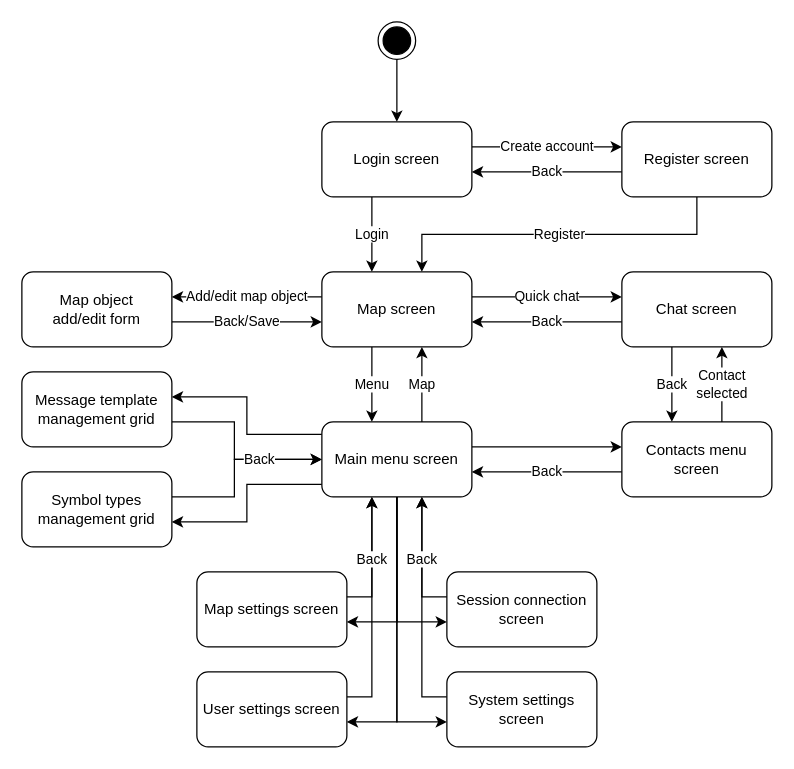
The draw.io diagram doc/design/screen_sequence.drawio in Revarin/dp24-milapp-perina, before the edit. Source tidied: cells renumbered, new cells numbered last; positions are measured from the earlier drawing's top-left corner, leaving out a move shared by most shapes. Both pictures are drawn from the tidied source at 125%, with x=0, y=0 at pixel (21, 21).
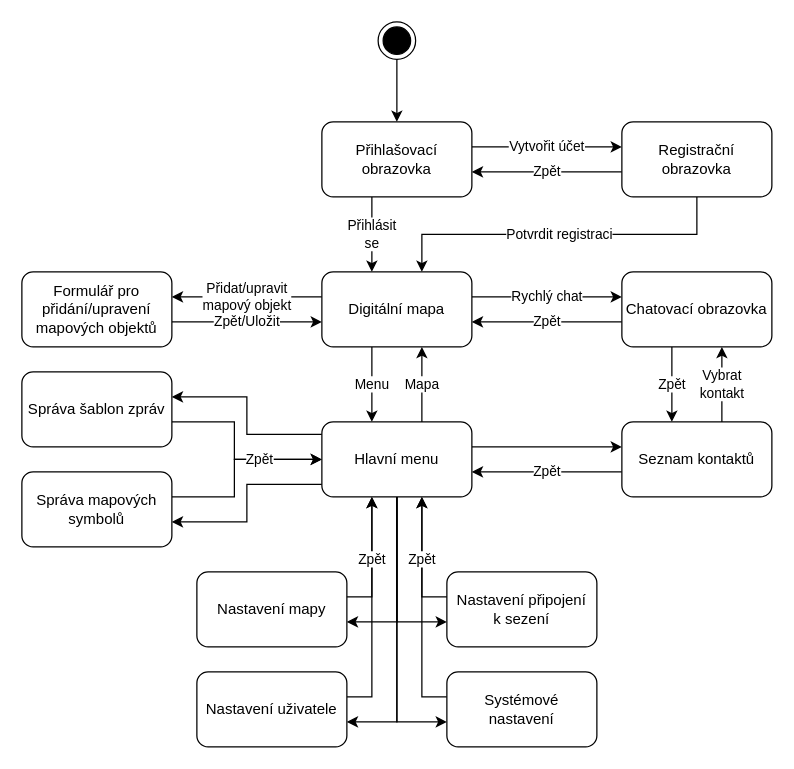
After the change.

Diff of the diagram source:
```diff
@@
-    <mxCell id="2" value="Create account" style="edgeStyle=orthogonalEdgeStyle;rounded=0;jettySize=auto;html=1;" parent="1" edge="1" source="4" target="7">
+    <mxCell id="2" value="Vytvořit účet" style="edgeStyle=orthogonalEdgeStyle;rounded=0;jettySize=auto;html=1;" parent="1" edge="1" source="4" target="7">
       <mxGeometry relative="1" as="geometry">
         <Array as="points">
           <mxPoint x="420" y="100" />
           <mxPoint x="420" y="100" />
         </Array>
       </mxGeometry>
     </mxCell>
-    <mxCell id="3" value="Login" style="edgeStyle=orthogonalEdgeStyle;rounded=0;jettySize=auto;html=1;" parent="1" edge="1" source="4" target="11">
+    <mxCell id="3" value="Přihlásit&lt;br&gt;se" style="edgeStyle=orthogonalEdgeStyle;rounded=0;jettySize=auto;html=1;" parent="1" edge="1" source="4" target="11">
       <mxGeometry relative="1" as="geometry">
         <Array as="points">
           <mxPoint x="280" y="160" />
           <mxPoint x="280" y="160" />
         </Array>
       </mxGeometry>
     </mxCell>
-    <mxCell id="4" value="Login screen" style="rounded=1;whiteSpace=wrap;html=1;" parent="1" vertex="1">
+    <mxCell id="4" value="Přihlašovací obrazovka" style="rounded=1;whiteSpace=wrap;html=1;" parent="1" vertex="1">
       <mxGeometry x="240" y="80" width="120" height="60" as="geometry" />
     </mxCell>
-    <mxCell id="5" value="Back" style="edgeStyle=orthogonalEdgeStyle;rounded=0;jettySize=auto;html=1;" parent="1" edge="1" source="7" target="4">
+    <mxCell id="5" value="Zpět" style="edgeStyle=orthogonalEdgeStyle;rounded=0;jettySize=auto;html=1;" parent="1" edge="1" source="7" target="4">
       <mxGeometry relative="1" as="geometry">
         <Array as="points">
           <mxPoint x="420" y="120" />
           <mxPoint x="420" y="120" />
         </Array>
       </mxGeometry>
     </mxCell>
-    <mxCell id="6" value="Register" style="edgeStyle=orthogonalEdgeStyle;rounded=0;jettySize=auto;html=1;" parent="1" edge="1" source="7" target="11">
+    <mxCell id="6" value="Potvrdit registraci" style="edgeStyle=orthogonalEdgeStyle;rounded=0;jettySize=auto;html=1;" parent="1" edge="1" source="7" target="11">
       <mxGeometry relative="1" as="geometry">
         <Array as="points">
           <mxPoint x="540" y="170" />
           <mxPoint x="320" y="170" />
         </Array>
       </mxGeometry>
     </mxCell>
-    <mxCell id="7" value="Register screen" style="rounded=1;whiteSpace=wrap;html=1;" parent="1" vertex="1">
+    <mxCell id="7" value="Registrační obrazovka" style="rounded=1;whiteSpace=wrap;html=1;" parent="1" vertex="1">
       <mxGeometry x="480" y="80" width="120" height="60" as="geometry" />
     </mxCell>
@@
-    <mxCell id="9" value="Quick chat" style="edgeStyle=orthogonalEdgeStyle;rounded=0;jettySize=auto;html=1;" parent="1" edge="1" source="11" target="28">
+    <mxCell id="9" value="Rychlý chat" style="edgeStyle=orthogonalEdgeStyle;rounded=0;jettySize=auto;html=1;" parent="1" edge="1" source="11" target="28">
       <mxGeometry relative="1" as="geometry">
         <Array as="points">
           <mxPoint x="420" y="220" />
           <mxPoint x="420" y="220" />
         </Array>
       </mxGeometry>
     </mxCell>
-    <mxCell id="10" value="Add/edit map object" style="edgeStyle=orthogonalEdgeStyle;rounded=0;jettySize=auto;html=1;" parent="1" edge="1" source="11" target="32">
+    <mxCell id="10" value="Přidat/upravit&lt;br&gt;mapový objekt" style="edgeStyle=orthogonalEdgeStyle;rounded=0;jettySize=auto;html=1;" parent="1" edge="1" source="11" target="32">
       <mxGeometry relative="1" as="geometry">
         <Array as="points">
-          <mxPoint x="180" y="220" />
-          <mxPoint x="180" y="220" />
+          <mxPoint x="190" y="220" />
+          <mxPoint x="190" y="220" />
         </Array>
       </mxGeometry>
     </mxCell>
-    <mxCell id="11" value="Map screen" style="rounded=1;whiteSpace=wrap;html=1;" parent="1" vertex="1">
+    <mxCell id="11" value="Digitální mapa" style="rounded=1;whiteSpace=wrap;html=1;" parent="1" vertex="1">
       <mxGeometry x="240" y="200" width="120" height="60" as="geometry" />
     </mxCell>
-    <mxCell id="12" value="Map" style="edgeStyle=orthogonalEdgeStyle;rounded=0;jettySize=auto;html=1;" parent="1" edge="1" source="20" target="11">
+    <mxCell id="12" value="Mapa" style="edgeStyle=orthogonalEdgeStyle;rounded=0;jettySize=auto;html=1;" parent="1" edge="1" source="20" target="11">
       <mxGeometry relative="1" as="geometry">
         <Array as="points">
           <mxPoint x="320" y="300" />
           <mxPoint x="320" y="300" />
         </Array>
       </mxGeometry>
     </mxCell>
@@
-    <mxCell id="20" value="Main menu screen" style="rounded=1;whiteSpace=wrap;html=1;" parent="1" vertex="1">
+    <mxCell id="20" value="Hlavní menu" style="rounded=1;whiteSpace=wrap;html=1;" parent="1" vertex="1">
       <mxGeometry x="240" y="320" width="120" height="60" as="geometry" />
     </mxCell>
-    <mxCell id="21" value="Map settings screen" style="rounded=1;whiteSpace=wrap;html=1;" parent="1" vertex="1">
+    <mxCell id="21" value="Nastavení mapy" style="rounded=1;whiteSpace=wrap;html=1;" parent="1" vertex="1">
       <mxGeometry x="140" y="440" width="120" height="60" as="geometry" />
     </mxCell>
-    <mxCell id="22" value="Session connection screen" style="rounded=1;whiteSpace=wrap;html=1;" parent="1" vertex="1">
+    <mxCell id="22" value="Nastavení připojení&lt;br&gt;k sezení" style="rounded=1;whiteSpace=wrap;html=1;" parent="1" vertex="1">
       <mxGeometry x="340" y="440" width="120" height="60" as="geometry" />
     </mxCell>
-    <mxCell id="23" value="Back" style="edgeStyle=orthogonalEdgeStyle;rounded=0;jettySize=auto;html=1;" parent="1" edge="1" source="25" target="20">
+    <mxCell id="23" value="Zpět" style="edgeStyle=orthogonalEdgeStyle;rounded=0;jettySize=auto;html=1;" parent="1" edge="1" source="25" target="20">
       <mxGeometry relative="1" as="geometry">
         <Array as="points">
           <mxPoint x="420" y="360" />
           <mxPoint x="420" y="360" />
         </Array>
       </mxGeometry>
     </mxCell>
-    <mxCell id="24" value="Contact&lt;br&gt;selected" style="edgeStyle=orthogonalEdgeStyle;rounded=0;jettySize=auto;html=1;" parent="1" edge="1" source="25" target="28">
+    <mxCell id="24" value="Vybrat&lt;br&gt;kontakt" style="edgeStyle=orthogonalEdgeStyle;rounded=0;jettySize=auto;html=1;" parent="1" edge="1" source="25" target="28">
       <mxGeometry relative="1" as="geometry">
         <Array as="points">
           <mxPoint x="560" y="290" />
           <mxPoint x="560" y="290" />
         </Array>
       </mxGeometry>
     </mxCell>
-    <mxCell id="25" value="Contacts menu screen" style="rounded=1;whiteSpace=wrap;html=1;" parent="1" vertex="1">
+    <mxCell id="25" value="Seznam kontaktů" style="rounded=1;whiteSpace=wrap;html=1;" parent="1" vertex="1">
       <mxGeometry x="480" y="320" width="120" height="60" as="geometry" />
     </mxCell>
-    <mxCell id="26" value="Back" style="edgeStyle=orthogonalEdgeStyle;rounded=0;jettySize=auto;html=1;" parent="1" edge="1" source="28" target="25">
+    <mxCell id="26" value="Zpět" style="edgeStyle=orthogonalEdgeStyle;rounded=0;jettySize=auto;html=1;" parent="1" edge="1" source="28" target="25">
       <mxGeometry relative="1" as="geometry">
         <Array as="points">
           <mxPoint x="520" y="290" />
           <mxPoint x="520" y="290" />
         </Array>
       </mxGeometry>
     </mxCell>
-    <mxCell id="27" value="Back" style="edgeStyle=orthogonalEdgeStyle;html=1;" parent="1" edge="1" source="28" target="11">
+    <mxCell id="27" value="Zpět" style="edgeStyle=orthogonalEdgeStyle;html=1;" parent="1" edge="1" source="28" target="11">
       <mxGeometry relative="1" as="geometry">
         <Array as="points">
           <mxPoint x="420" y="240" />
           <mxPoint x="420" y="240" />
         </Array>
       </mxGeometry>
     </mxCell>
-    <mxCell id="28" value="Chat screen" style="rounded=1;whiteSpace=wrap;html=1;" parent="1" vertex="1">
+    <mxCell id="28" value="Chatovací obrazovka" style="rounded=1;whiteSpace=wrap;html=1;" parent="1" vertex="1">
       <mxGeometry x="480" y="200" width="120" height="60" as="geometry" />
     </mxCell>
@@
-    <mxCell id="31" value="Back/Save" style="edgeStyle=orthogonalEdgeStyle;rounded=0;jettySize=auto;html=1;" parent="1" edge="1" source="32" target="11">
+    <mxCell id="31" value="Zpět/Uložit" style="edgeStyle=orthogonalEdgeStyle;rounded=0;jettySize=auto;html=1;" parent="1" edge="1" source="32" target="11">
       <mxGeometry relative="1" as="geometry">
         <Array as="points">
           <mxPoint x="180" y="240" />
           <mxPoint x="180" y="240" />
         </Array>
       </mxGeometry>
     </mxCell>
-    <mxCell id="32" value="Map object&lt;br&gt;add/edit form" style="rounded=1;whiteSpace=wrap;html=1;" parent="1" vertex="1">
+    <mxCell id="32" value="Formulář pro přidání/upravení mapových objektů" style="rounded=1;whiteSpace=wrap;html=1;" parent="1" vertex="1">
       <mxGeometry y="200" width="120" height="60" as="geometry" />
     </mxCell>
@@
-    <mxCell id="34" value="Symbol types management grid" style="rounded=1;whiteSpace=wrap;html=1;" parent="1" vertex="1">
+    <mxCell id="34" value="Správa mapových symbolů" style="rounded=1;whiteSpace=wrap;html=1;" parent="1" vertex="1">
       <mxGeometry y="360" width="120" height="60" as="geometry" />
     </mxCell>
-    <mxCell id="35" value="Back" style="edgeStyle=orthogonalEdgeStyle;rounded=0;jettySize=auto;html=1;" parent="1" edge="1" source="36" target="20">
+    <mxCell id="35" value="Zpět" style="edgeStyle=orthogonalEdgeStyle;rounded=0;jettySize=auto;html=1;" parent="1" edge="1" source="36" target="20">
       <mxGeometry x="0.33" relative="1" as="geometry">
         <Array as="points">
           <mxPoint x="170" y="320" />
           <mxPoint x="170" y="350" />
         </Array>
       </mxGeometry>
     </mxCell>
-    <mxCell id="36" value="Message template management grid" style="rounded=1;whiteSpace=wrap;html=1;" parent="1" vertex="1">
+    <mxCell id="36" value="Správa šablon zpráv" style="rounded=1;whiteSpace=wrap;html=1;" parent="1" vertex="1">
       <mxGeometry y="280" width="120" height="60" as="geometry" />
     </mxCell>
@@
-    <mxCell id="38" value="User settings screen" style="rounded=1;whiteSpace=wrap;html=1;" parent="1" vertex="1">
+    <mxCell id="38" value="Nastavení uživatele" style="rounded=1;whiteSpace=wrap;html=1;" parent="1" vertex="1">
       <mxGeometry x="140" y="520" width="120" height="60" as="geometry" />
     </mxCell>
-    <mxCell id="39" value="Back" style="edgeStyle=orthogonalEdgeStyle;rounded=0;jettySize=auto;html=1;" parent="1" edge="1" source="21" target="20">
+    <mxCell id="39" value="Zpět" style="edgeStyle=orthogonalEdgeStyle;rounded=0;jettySize=auto;html=1;" parent="1" edge="1" source="21" target="20">
       <mxGeometry relative="1" as="geometry">
         <Array as="points">
           <mxPoint x="280" y="460" />
         </Array>
       </mxGeometry>
     </mxCell>
@@
-    <mxCell id="41" value="System settings screen" style="rounded=1;whiteSpace=wrap;html=1;" parent="1" vertex="1">
+    <mxCell id="41" value="Systémové&lt;br&gt;nastavení" style="rounded=1;whiteSpace=wrap;html=1;" parent="1" vertex="1">
       <mxGeometry x="340" y="520" width="120" height="60" as="geometry" />
     </mxCell>
-    <mxCell id="42" value="Back" style="edgeStyle=orthogonalEdgeStyle;rounded=0;jettySize=auto;html=1;" parent="1" edge="1" source="22" target="20">
+    <mxCell id="42" value="Zpět" style="edgeStyle=orthogonalEdgeStyle;rounded=0;jettySize=auto;html=1;" parent="1" edge="1" source="22" target="20">
       <mxGeometry relative="1" as="geometry">
         <Array as="points">
           <mxPoint x="320" y="460" />
         </Array>
       </mxGeometry>
     </mxCell>
```
